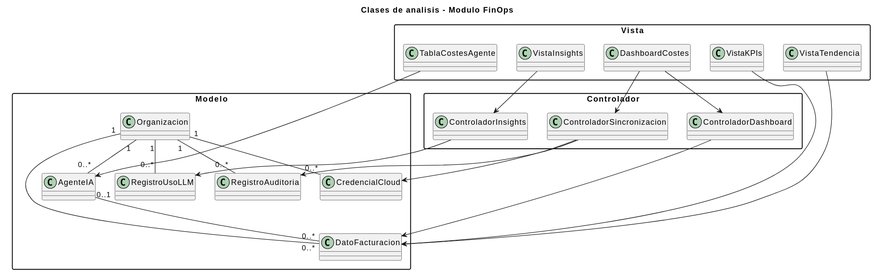
Above: Capítulos/Capítulo 3/Analisis/ClasesAnalisis/ClasesAnalisis.svg in JoseSalceda/TFG (PlantUML), before the change.
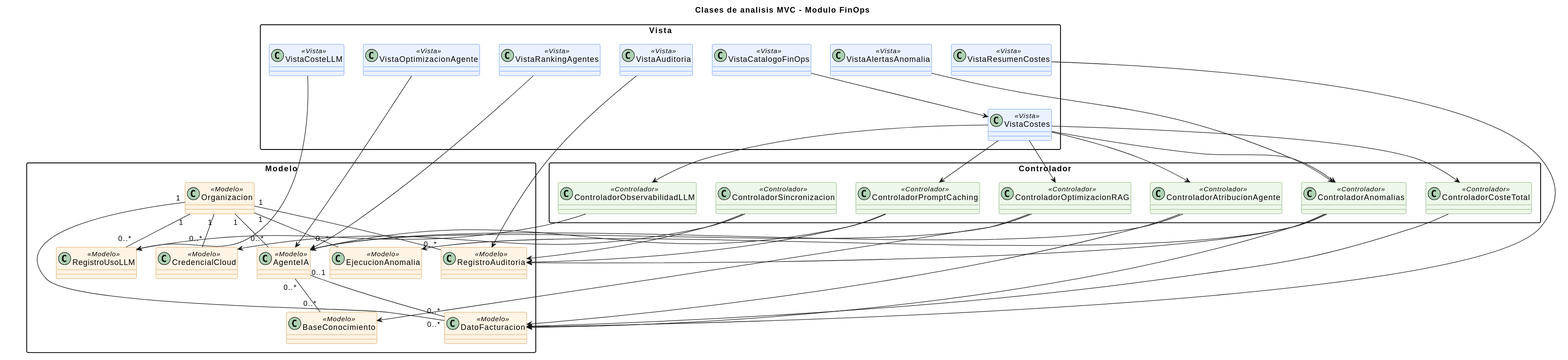
After the commit.

Diff of the diagram source:
```diff
@@ -2,29 +2,47 @@
 skinparam classAttributeIconSize 0
 skinparam packageStyle rectangle
 
-title Clases de analisis - Modulo FinOps
+title Clases de analisis MVC - Modulo FinOps
+
+skinparam class {
+  BackgroundColor<<Vista>> #EAF2FF
+  BorderColor<<Vista>> #2F6FED
+  BackgroundColor<<Controlador>> #EEF8EA
+  BorderColor<<Controlador>> #4F8A3D
+  BackgroundColor<<Modelo>> #FFF4E5
+  BorderColor<<Modelo>> #C77C1A
+}
 
 package "Modelo" {
-  class Organizacion
-  class CredencialCloud
-  class AgenteIA
-  class DatoFacturacion
-  class RegistroUsoLLM
-  class RegistroAuditoria
+  class Organizacion <<Modelo>>
+  class CredencialCloud <<Modelo>>
+  class AgenteIA <<Modelo>>
+  class BaseConocimiento <<Modelo>>
+  class DatoFacturacion <<Modelo>>
+  class EjecucionAnomalia <<Modelo>>
+  class RegistroUsoLLM <<Modelo>>
+  class RegistroAuditoria <<Modelo>>
 }
 
 package "Vista" {
-  class DashboardCostes
-  class VistaKPIs
-  class VistaTendencia
-  class TablaCostesAgente
-  class VistaInsights
+  class VistaCostes <<Vista>>
+  class VistaCatalogoFinOps <<Vista>>
+  class VistaResumenCostes <<Vista>>
+  class VistaRankingAgentes <<Vista>>
+  class VistaAlertasAnomalia <<Vista>>
+  class VistaCosteLLM <<Vista>>
+  class VistaOptimizacionAgente <<Vista>>
+  class VistaAuditoria <<Vista>>
 }
 
 package "Controlador" {
-  class ControladorDashboard
-  class ControladorSincronizacion
-  class ControladorInsights
+  class ControladorCosteTotal <<Controlador>>
+  class ControladorAtribucionAgente <<Controlador>>
+  class ControladorAnomalias <<Controlador>>
+  class ControladorObservabilidadLLM <<Controlador>>
+  class ControladorOptimizacionRAG <<Controlador>>
+  class ControladorPromptCaching <<Controlador>>
+  class ControladorSincronizacion <<Controlador>>
 }
 
 Organizacion "1" -- "0..*" CredencialCloud
@@ -32,18 +50,36 @@
 Organizacion "1" -- "0..*" DatoFacturacion
 Organizacion "1" -- "0..*" RegistroUsoLLM
 Organizacion "1" -- "0..*" RegistroAuditoria
+Organizacion "1" -- "0..*" EjecucionAnomalia
 
 AgenteIA "0..1" -- "0..*" DatoFacturacion
+AgenteIA "0..*" -- "0..*" BaseConocimiento
 
-DashboardCostes --> ControladorDashboard
-DashboardCostes --> ControladorSincronizacion
-VistaKPIs --> DatoFacturacion
-VistaTendencia --> DatoFacturacion
-TablaCostesAgente --> AgenteIA
-VistaInsights --> ControladorInsights
+VistaCatalogoFinOps --> VistaCostes
+VistaCostes --> ControladorCosteTotal
+VistaCostes --> ControladorAtribucionAgente
+VistaCostes --> ControladorAnomalias
+VistaCostes --> ControladorObservabilidadLLM
+VistaCostes --> ControladorOptimizacionRAG
+VistaCostes --> ControladorPromptCaching
+VistaResumenCostes --> DatoFacturacion
+VistaRankingAgentes --> AgenteIA
+VistaAlertasAnomalia --> ControladorAnomalias
+VistaCosteLLM --> RegistroUsoLLM
+VistaOptimizacionAgente --> AgenteIA
+VistaAuditoria --> RegistroAuditoria
 
-ControladorDashboard --> DatoFacturacion
+ControladorCosteTotal --> DatoFacturacion
+ControladorAtribucionAgente --> DatoFacturacion
+ControladorAtribucionAgente --> AgenteIA
 ControladorSincronizacion --> CredencialCloud
 ControladorSincronizacion --> RegistroAuditoria
-ControladorInsights --> RegistroUsoLLM
+ControladorAnomalias --> DatoFacturacion
+ControladorAnomalias --> EjecucionAnomalia
+ControladorAnomalias --> RegistroAuditoria
+ControladorObservabilidadLLM --> RegistroUsoLLM
+ControladorOptimizacionRAG --> AgenteIA
+ControladorOptimizacionRAG --> BaseConocimiento
+ControladorPromptCaching --> AgenteIA
+ControladorPromptCaching --> RegistroAuditoria
 @enduml
```
